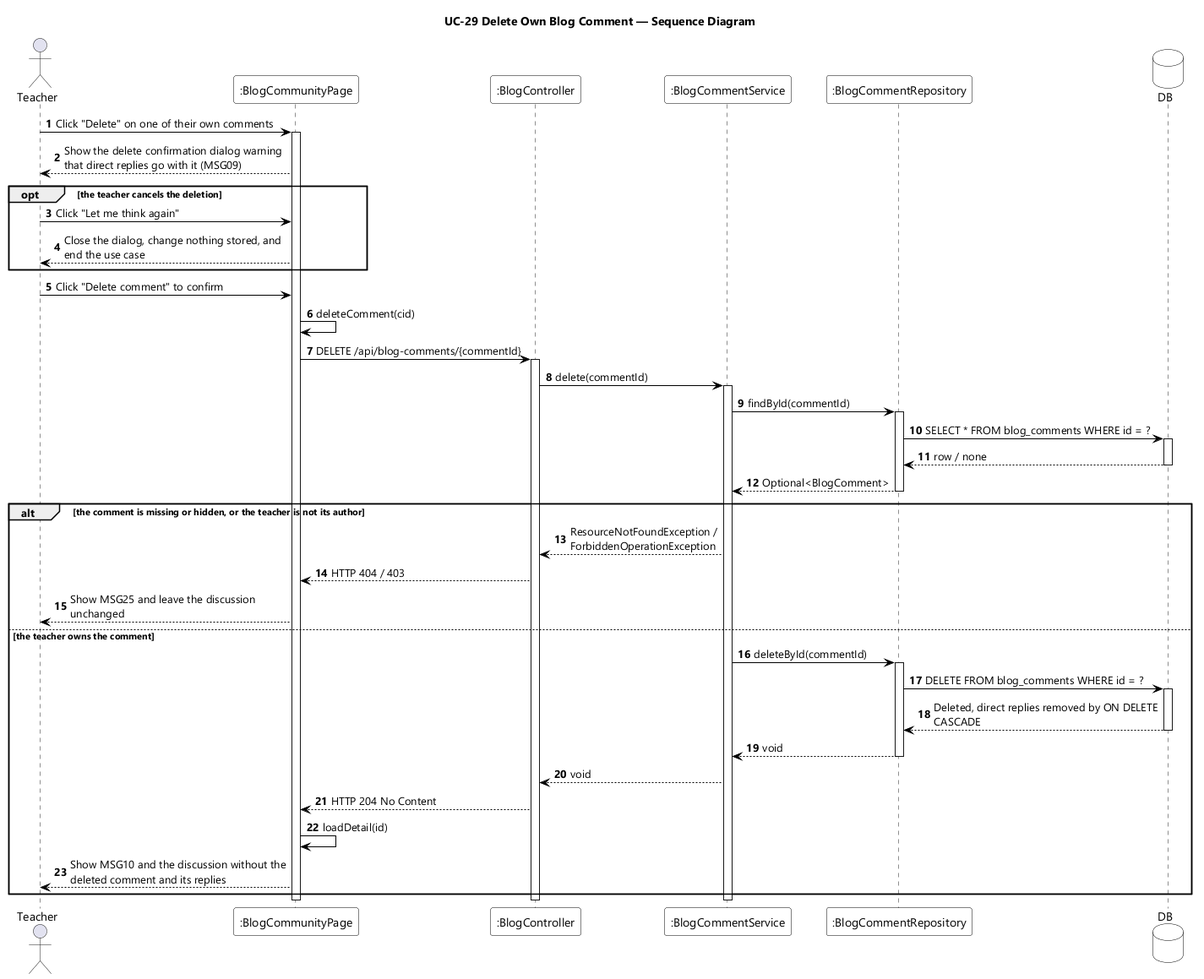
Above: designs/sds-diagrams/uc29/uc29-sequence-diagram.png in EduA-system/EduA-system (PlantUML), before the change.
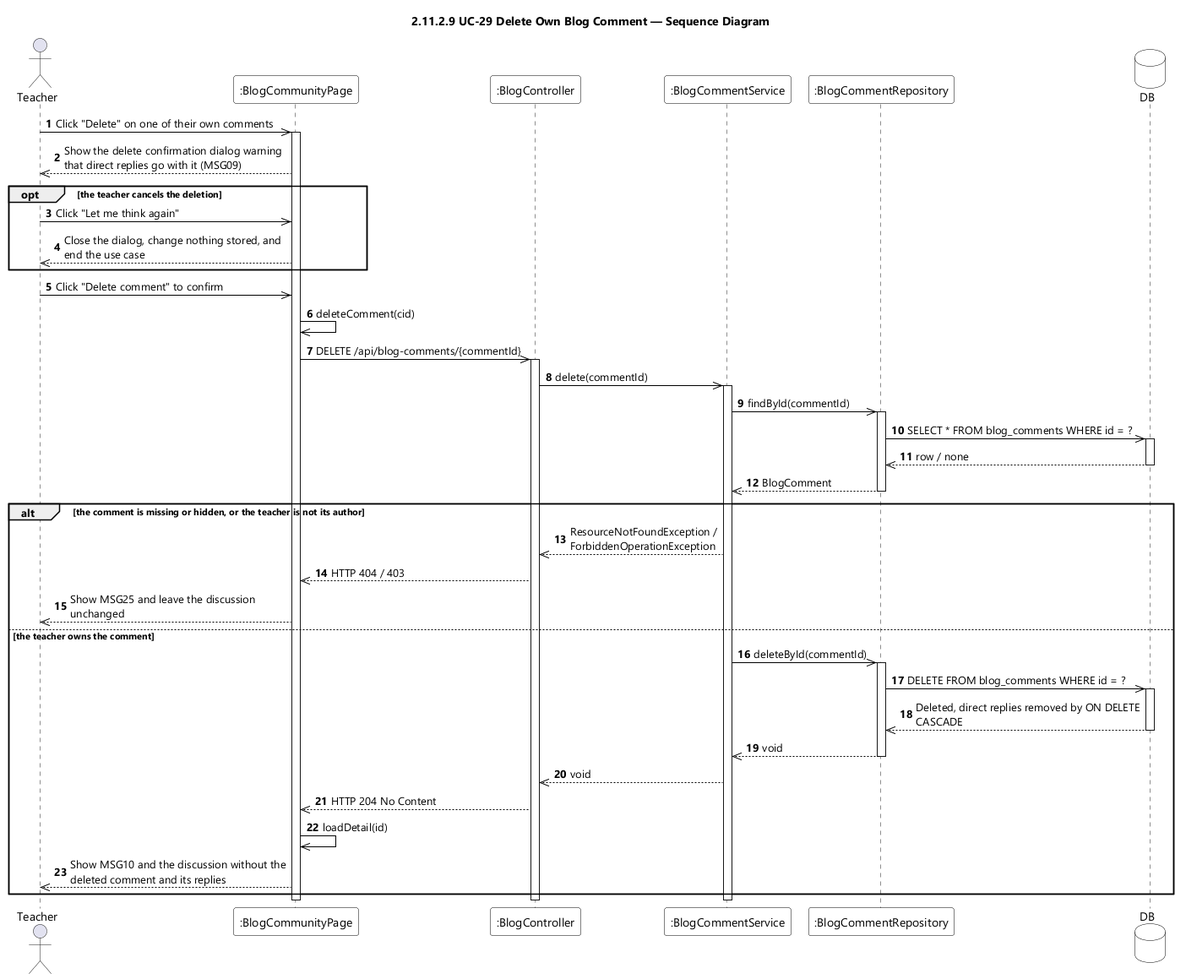
The same file after the commit.

What changed in the source:
```diff
@@ -9,7 +9,7 @@
 skinparam ArrowColor #000000
 skinparam sequenceMessageAlign left
 skinparam maxMessageSize 280
-title UC-29 Delete Own Blog Comment — Sequence Diagram
+title 2.11.2.9 UC-29 Delete Own Blog Comment — Sequence Diagram
 
 actor Teacher
 participant ":BlogCommunityPage" as UI
@@ -19,49 +19,49 @@
 database DB
 
 autonumber
-Teacher -> UI : Click "Delete" on one of their own comments
+Teacher ->> UI : Click "Delete" on one of their own comments
 activate UI
-UI --> Teacher : Show the delete confirmation dialog warning that direct replies go with it (MSG09)
+UI -->> Teacher : Show the delete confirmation dialog warning that direct replies go with it (MSG09)
 
 opt the teacher cancels the deletion
-  Teacher -> UI : Click "Let me think again"
-  UI --> Teacher : Close the dialog, change nothing stored, and end the use case
+  Teacher ->> UI : Click "Let me think again"
+  UI -->> Teacher : Close the dialog, change nothing stored, and end the use case
 end
 
-Teacher -> UI : Click "Delete comment" to confirm
-UI -> UI : deleteComment(cid)
-UI -> CTL : DELETE /api/blog-comments/{commentId}
+Teacher ->> UI : Click "Delete comment" to confirm
+UI ->> UI : deleteComment(cid)
+UI ->> CTL : DELETE /api/blog-comments/{commentId}
 activate CTL
-CTL -> SVC : delete(commentId)
+CTL ->> SVC : delete(commentId)
 activate SVC
 
-SVC -> REPO : findById(commentId)
+SVC ->> REPO : findById(commentId)
 activate REPO
-REPO -> DB : SELECT * FROM blog_comments WHERE id = ?
+REPO ->> DB : SELECT * FROM blog_comments WHERE id = ?
 activate DB
-DB --> REPO : row / none
+DB -->> REPO : row / none
 deactivate DB
-REPO --> SVC : Optional<BlogComment>
+REPO -->> SVC : BlogComment
 deactivate REPO
 
 alt the comment is missing or hidden, or the teacher is not its author
-  SVC --> CTL : ResourceNotFoundException / ForbiddenOperationException
-  CTL --> UI : HTTP 404 / 403
-  UI --> Teacher : Show MSG25 and leave the discussion unchanged
+  SVC -->> CTL : ResourceNotFoundException / ForbiddenOperationException
+  CTL -->> UI : HTTP 404 / 403
+  UI -->> Teacher : Show MSG25 and leave the discussion unchanged
 
 else the teacher owns the comment
-  SVC -> REPO : deleteById(commentId)
+  SVC ->> REPO : deleteById(commentId)
   activate REPO
-  REPO -> DB : DELETE FROM blog_comments WHERE id = ?
+  REPO ->> DB : DELETE FROM blog_comments WHERE id = ?
   activate DB
-  DB --> REPO : Deleted, direct replies removed by ON DELETE CASCADE
+  DB -->> REPO : Deleted, direct replies removed by ON DELETE CASCADE
   deactivate DB
-  REPO --> SVC : void
+  REPO -->> SVC : void
   deactivate REPO
-  SVC --> CTL : void
-  CTL --> UI : HTTP 204 No Content
-  UI -> UI : loadDetail(id)
-  UI --> Teacher : Show MSG10 and the discussion without the deleted comment and its replies
+  SVC -->> CTL : void
+  CTL -->> UI : HTTP 204 No Content
+  UI ->> UI : loadDetail(id)
+  UI -->> Teacher : Show MSG10 and the discussion without the deleted comment and its replies
 end
 
 deactivate SVC
```
